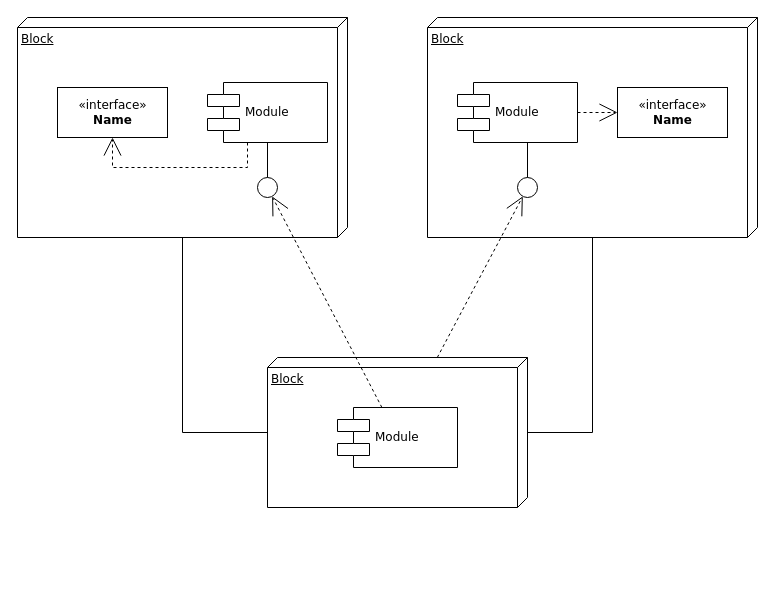
Earlier version of the draw.io diagram Untitled Diagram.drawio (EmmanuelAdeiza/authpages_sqlite). Source tidied: cells renumbered, new cells numbered last; positions are measured from the earlier drawing's top-left corner, leaving out a move shared by most shapes. Both pictures are drawn from the tidied source at 100%, with x=0, y=0 at pixel (17, 17).
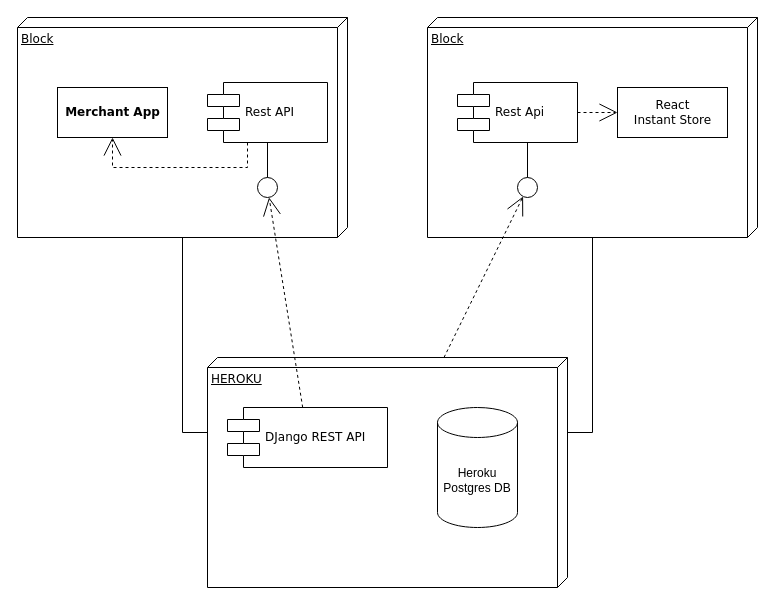
After the change.

What changed in the source:
```diff
@@
-    <mxCell id="4" value="Block" style="verticalAlign=top;align=left;spacingTop=8;spacingLeft=2;spacingRight=12;shape=cube;size=10;direction=south;fontStyle=4;html=1;rounded=0;shadow=0;comic=0;labelBackgroundColor=none;strokeWidth=1;fontFamily=Verdana;fontSize=12;" parent="1" vertex="1">
-      <mxGeometry x="250" y="340" width="260" height="150" as="geometry" />
+    <mxCell id="4" value="HEROKU" style="verticalAlign=top;align=left;spacingTop=8;spacingLeft=2;spacingRight=12;shape=cube;size=10;direction=south;fontStyle=4;html=1;rounded=0;shadow=0;comic=0;labelBackgroundColor=none;strokeWidth=1;fontFamily=Verdana;fontSize=12;" parent="1" vertex="1">
+      <mxGeometry x="190" y="340" width="360" height="230" as="geometry" />
     </mxCell>
-    <mxCell id="5" value="&amp;laquo;interface&amp;raquo;&lt;br&gt;&lt;b&gt;Name&lt;/b&gt;" style="html=1;rounded=0;shadow=0;comic=0;labelBackgroundColor=none;strokeWidth=1;fontFamily=Verdana;fontSize=12;align=center;" parent="1" vertex="1">
+    <mxCell id="5" value="&lt;b&gt;Merchant App&lt;/b&gt;" style="html=1;rounded=0;shadow=0;comic=0;labelBackgroundColor=none;strokeWidth=1;fontFamily=Verdana;fontSize=12;align=center;" parent="1" vertex="1">
       <mxGeometry x="40" y="70" width="110" height="50" as="geometry" />
     </mxCell>
-    <mxCell id="6" value="Module" style="shape=component;align=left;spacingLeft=36;rounded=0;shadow=0;comic=0;labelBackgroundColor=none;strokeWidth=1;fontFamily=Verdana;fontSize=12;html=1;" parent="1" vertex="1">
+    <mxCell id="6" value="Rest API" style="shape=component;align=left;spacingLeft=36;rounded=0;shadow=0;comic=0;labelBackgroundColor=none;strokeWidth=1;fontFamily=Verdana;fontSize=12;html=1;" parent="1" vertex="1">
       <mxGeometry x="190" y="65" width="120" height="60" as="geometry" />
     </mxCell>
@@
-    <mxCell id="8" value="Module" style="shape=component;align=left;spacingLeft=36;rounded=0;shadow=0;comic=0;labelBackgroundColor=none;strokeWidth=1;fontFamily=Verdana;fontSize=12;html=1;" parent="1" vertex="1">
+    <mxCell id="8" value="Rest Api" style="shape=component;align=left;spacingLeft=36;rounded=0;shadow=0;comic=0;labelBackgroundColor=none;strokeWidth=1;fontFamily=Verdana;fontSize=12;html=1;" parent="1" vertex="1">
       <mxGeometry x="440" y="65" width="120" height="60" as="geometry" />
     </mxCell>
-    <mxCell id="9" value="&amp;laquo;interface&amp;raquo;&lt;br&gt;&lt;b&gt;Name&lt;/b&gt;" style="html=1;rounded=0;shadow=0;comic=0;labelBackgroundColor=none;strokeWidth=1;fontFamily=Verdana;fontSize=12;align=center;" parent="1" vertex="1">
+    <mxCell id="9" value="React&lt;br&gt;Instant Store" style="html=1;rounded=0;shadow=0;comic=0;labelBackgroundColor=none;strokeWidth=1;fontFamily=Verdana;fontSize=12;align=center;" parent="1" vertex="1">
       <mxGeometry x="600" y="70" width="110" height="50" as="geometry" />
     </mxCell>
@@
-    <mxCell id="11" value="Module" style="shape=component;align=left;spacingLeft=36;rounded=0;shadow=0;comic=0;labelBackgroundColor=none;strokeWidth=1;fontFamily=Verdana;fontSize=12;html=1;" parent="1" vertex="1">
-      <mxGeometry x="320" y="390" width="120" height="60" as="geometry" />
+    <mxCell id="11" value="DJango REST API" style="shape=component;align=left;spacingLeft=36;rounded=0;shadow=0;comic=0;labelBackgroundColor=none;strokeWidth=1;fontFamily=Verdana;fontSize=12;html=1;" parent="1" vertex="1">
+      <mxGeometry x="210" y="390" width="160" height="60" as="geometry" />
     </mxCell>
@@
+    <mxCell id="20" value="Heroku Postgres DB" style="shape=cylinder3;whiteSpace=wrap;html=1;boundedLbl=1;backgroundOutline=1;size=15;" parent="1" vertex="1">
+      <mxGeometry x="420" y="390" width="80" height="120" as="geometry" />
+    </mxCell>
```
